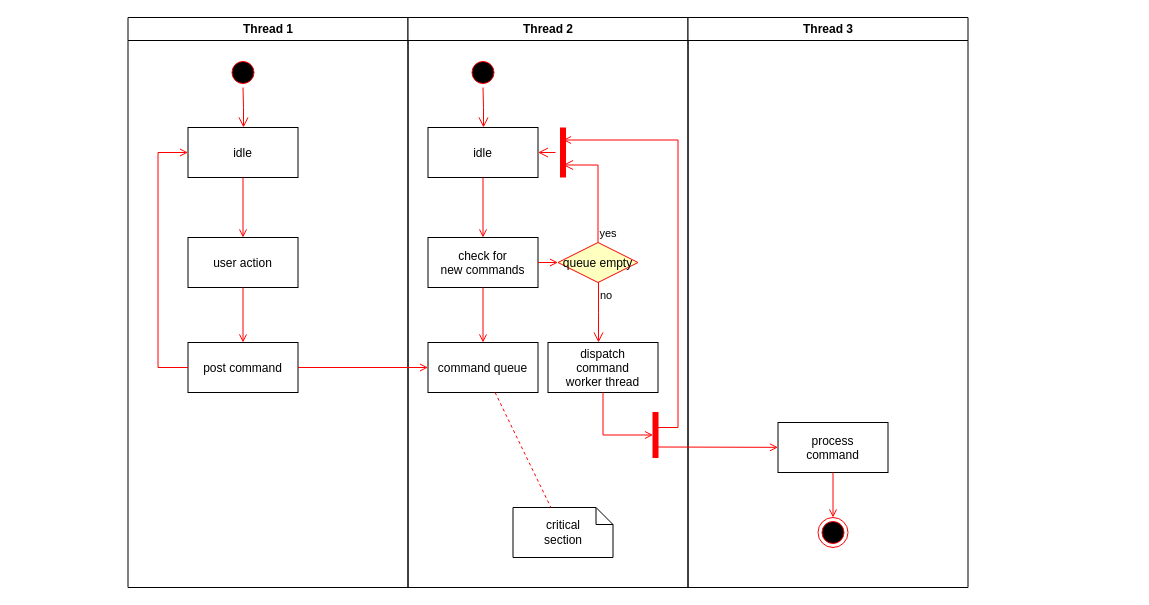
mmister411/afrl keeps this draw.io diagram as drawio/data_analysis_schema.drawio. Above is the earlier version. Source tidied: cells renumbered, new cells numbered last; positions are measured from the earlier drawing's top-left corner, leaving out a move shared by most shapes. Both pictures are drawn from the tidied source at 100%, with x=0, y=0 at pixel (127, 17).
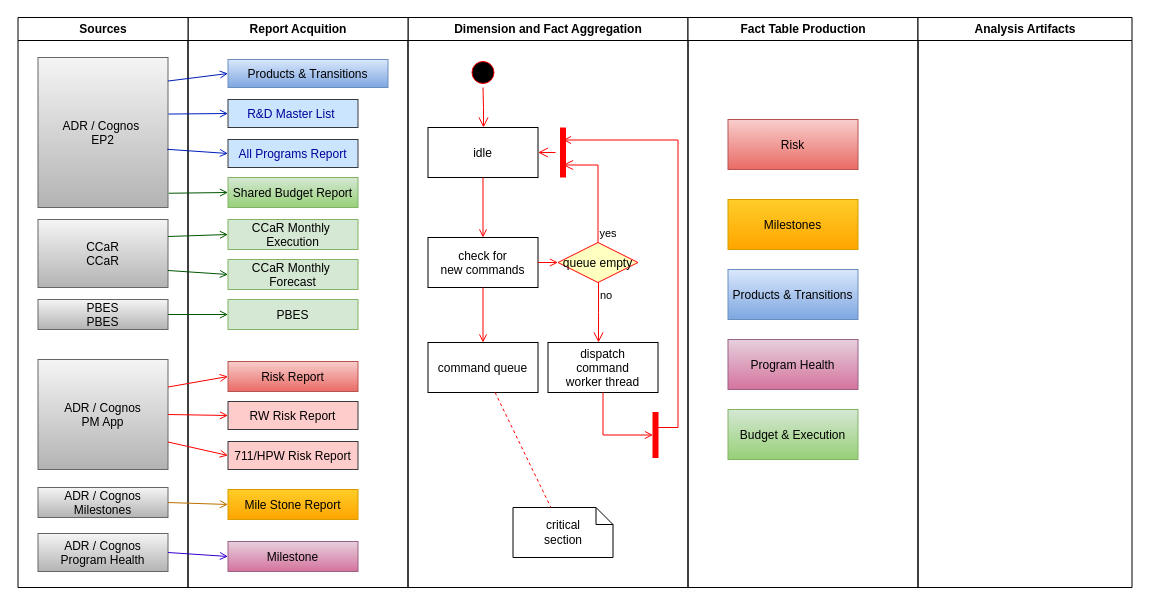
The same page after the edit.

Unchanged cells that the change refers to:
```xml
<mxCell id="17" value="command queue" parent="11" vertex="1">
  <mxGeometry x="20" y="325" width="110" height="50" as="geometry" />
</mxCell>
```

Diff of the diagram source:
```diff
@@
-    <mxCell id="2" value="Thread 1" style="swimlane;whiteSpace=wrap;" parent="1" vertex="1">
-      <mxGeometry x="0.5" width="280" height="570" as="geometry" />
-    </mxCell>
-    <mxCell id="3" style="ellipse;shape=startState;fillColor=#000000;strokeColor=#ff0000;" parent="2" vertex="1">
-      <mxGeometry x="100" y="40" width="30" height="30" as="geometry" />
-    </mxCell>
-    <mxCell id="4" style="edgeStyle=elbowEdgeStyle;elbow=horizontal;verticalAlign=bottom;endArrow=open;endSize=8;strokeColor=#FF0000;endFill=1;rounded=0;" parent="2" edge="1" source="3" target="5">
-      <mxGeometry x="100" y="40" as="geometry" />
-    </mxCell>
-    <mxCell id="5" value="idle" parent="2" vertex="1">
-      <mxGeometry x="60" y="110" width="110" height="50" as="geometry" />
-    </mxCell>
-    <mxCell id="6" value="user action" parent="2" vertex="1">
-      <mxGeometry x="60" y="220" width="110" height="50" as="geometry" />
-    </mxCell>
-    <mxCell id="7" style="endArrow=open;strokeColor=#FF0000;endFill=1;rounded=0;" parent="2" edge="1" source="5" target="6">
-      <mxGeometry relative="1" as="geometry" />
-    </mxCell>
-    <mxCell id="8" value="post command" parent="2" vertex="1">
-      <mxGeometry x="60" y="325" width="110" height="50" as="geometry" />
-    </mxCell>
-    <mxCell id="9" style="endArrow=open;strokeColor=#FF0000;endFill=1;rounded=0;" parent="2" edge="1" source="6" target="8">
-      <mxGeometry relative="1" as="geometry" />
-    </mxCell>
-    <mxCell id="10" style="edgeStyle=elbowEdgeStyle;elbow=horizontal;strokeColor=#FF0000;endArrow=open;endFill=1;rounded=0;" parent="2" edge="1" source="8" target="5">
-      <mxGeometry relative="1" as="geometry">
-        <Array as="points">
-          <mxPoint x="30" y="250" />
-        </Array>
-      </mxGeometry>
-    </mxCell>
-    <mxCell id="11" value="Thread 2" style="swimlane;whiteSpace=wrap;" parent="1" vertex="1">
+    <mxCell id="11" value="Dimension and Fact Aggregation" style="swimlane;whiteSpace=wrap;" parent="1" vertex="1">
       <mxGeometry x="280.5" width="280" height="570" as="geometry" />
     </mxCell>
@@
+    <mxCell id="2" value="Report Acquition" style="swimlane;whiteSpace=wrap;" parent="11" vertex="1">
+      <mxGeometry x="-220" width="220" height="570" as="geometry" />
+    </mxCell>
+    <mxCell id="37" value="Products &amp; Transitions" style="fillColor=#dae8fc;gradientColor=#7ea6e0;strokeColor=#6c8ebf;" parent="2" vertex="1">
+      <mxGeometry x="40" y="42" width="160" height="28" as="geometry" />
+    </mxCell>
+    <mxCell id="38" value="R&amp;D Master List " style="fillColor=#cce5ff;strokeColor=#36393d;fontColor=#000099;" parent="2" vertex="1">
+      <mxGeometry x="40" y="82" width="130" height="28" as="geometry" />
+    </mxCell>
+    <mxCell id="39" value="All Programs Report" style="fillColor=#cce5ff;strokeColor=#36393d;fontColor=#000099;" parent="2" vertex="1">
+      <mxGeometry x="40" y="122" width="130" height="28" as="geometry" />
+    </mxCell>
+    <mxCell id="40" value="CCaR Monthly &#10;Forecast" style="fillColor=#d5e8d4;strokeColor=#82b366;" parent="2" vertex="1">
+      <mxGeometry x="40" y="242" width="130" height="30" as="geometry" />
+    </mxCell>
+    <mxCell id="41" value="PBES" style="fillColor=#d5e8d4;strokeColor=#82b366;" parent="2" vertex="1">
+      <mxGeometry x="40" y="282" width="130" height="30" as="geometry" />
+    </mxCell>
+    <mxCell id="42" value="Shared Budget Report" style="fillColor=#d5e8d4;gradientColor=#97d077;strokeColor=#82b366;" parent="2" vertex="1">
+      <mxGeometry x="40" y="160" width="130" height="30" as="geometry" />
+    </mxCell>
-    <mxCell id="30" value="Thread 3" style="swimlane;whiteSpace=wrap;" parent="1" vertex="1">
-      <mxGeometry x="560.5" width="280" height="570" as="geometry" />
+    <mxCell id="30" value="Fact Table Production" style="swimlane;whiteSpace=wrap;" parent="1" vertex="1">
+      <mxGeometry x="560.5" width="230" height="570" as="geometry" />
     </mxCell>
-    <mxCell id="31" value="process&#10;command" parent="30" vertex="1">
-      <mxGeometry x="90" y="405" width="110" height="50" as="geometry" />
-    </mxCell>
@@
-    <mxCell id="33" style="edgeStyle=none;strokeColor=#FF0000;endArrow=open;endFill=1;rounded=0;" parent="30" edge="1" target="31">
-      <mxGeometry relative="1" as="geometry">
-        <mxPoint x="-30" y="429.5" as="sourcePoint" />
-      </mxGeometry>
-    </mxCell>
-    <mxCell id="34" style="ellipse;shape=endState;fillColor=#000000;strokeColor=#ff0000;" parent="30" vertex="1">
-      <mxGeometry x="130" y="500" width="30" height="30" as="geometry" />
-    </mxCell>
-    <mxCell id="35" style="endArrow=open;strokeColor=#FF0000;endFill=1;rounded=0;" parent="30" edge="1" source="31" target="34">
-      <mxGeometry relative="1" as="geometry" />
-    </mxCell>
+    <mxCell id="43" value="Risk" style="fillColor=#f8cecc;gradientColor=#ea6b66;strokeColor=#b85450;" parent="30" vertex="1">
+      <mxGeometry x="40" y="102" width="130" height="50" as="geometry" />
+    </mxCell>
+    <mxCell id="44" value="Milestones" style="fillColor=#ffcd28;gradientColor=#ffa500;strokeColor=#d79b00;" parent="30" vertex="1">
+      <mxGeometry x="40" y="182" width="130" height="50" as="geometry" />
+    </mxCell>
+    <mxCell id="45" value="Products &amp; Transitions" style="fillColor=#dae8fc;gradientColor=#7ea6e0;strokeColor=#6c8ebf;" parent="30" vertex="1">
+      <mxGeometry x="40" y="252" width="130" height="50" as="geometry" />
+    </mxCell>
+    <mxCell id="46" value="Program Health" style="fillColor=#e6d0de;gradientColor=#d5739d;strokeColor=#996185;" parent="30" vertex="1">
+      <mxGeometry x="40" y="322" width="130" height="50" as="geometry" />
+    </mxCell>
+    <mxCell id="47" value="Budget &amp; Execution" style="fillColor=#d5e8d4;gradientColor=#97d077;strokeColor=#82b366;" parent="30" vertex="1">
+      <mxGeometry x="40" y="392" width="130" height="50" as="geometry" />
+    </mxCell>
+    <mxCell id="48" value="Analysis Artifacts" style="swimlane;whiteSpace=wrap;" parent="1" vertex="1">
+      <mxGeometry x="790.5" width="214" height="570" as="geometry" />
+    </mxCell>
+    <mxCell id="49" value="Sources" style="swimlane;whiteSpace=wrap;" parent="1" vertex="1">
+      <mxGeometry x="-109.5" width="170" height="570" as="geometry" />
+    </mxCell>
+    <mxCell id="50" value="ADR / Cognos &#10;EP2" style="fillColor=#f5f5f5;strokeColor=#666666;gradientColor=#b3b3b3;" parent="49" vertex="1">
+      <mxGeometry x="20" y="40" width="130" height="150" as="geometry" />
+    </mxCell>
+    <mxCell id="51" value="ADR / Cognos&#10;Program Health" style="fillColor=#f5f5f5;gradientColor=#b3b3b3;strokeColor=#666666;" parent="49" vertex="1">
+      <mxGeometry x="20" y="516" width="130" height="38" as="geometry" />
+    </mxCell>
+    <mxCell id="52" value="ADR / Cognos&#10;Milestones" style="fillColor=#f5f5f5;strokeColor=#666666;gradientColor=#b3b3b3;" parent="49" vertex="1">
+      <mxGeometry x="20" y="470" width="130" height="30" as="geometry" />
+    </mxCell>
+    <mxCell id="53" value="Milestone" style="fillColor=#e6d0de;gradientColor=#d5739d;strokeColor=#996185;" parent="49" vertex="1">
+      <mxGeometry x="210" y="524" width="130" height="30" as="geometry" />
+    </mxCell>
+    <mxCell id="54" value="ADR / Cognos&#10;PM App" style="fillColor=#f5f5f5;strokeColor=#666666;gradientColor=#b3b3b3;" parent="49" vertex="1">
+      <mxGeometry x="20" y="342" width="130" height="110" as="geometry" />
+    </mxCell>
+    <mxCell id="55" value="Risk Report" style="fillColor=#f8cecc;gradientColor=#ea6b66;strokeColor=#b85450;" parent="49" vertex="1">
+      <mxGeometry x="210" y="344" width="130" height="30" as="geometry" />
+    </mxCell>
+    <mxCell id="56" style="endArrow=open;strokeColor=#FF0000;endFill=1;rounded=0;exitX=1;exitY=0.25;exitDx=0;exitDy=0;entryX=0;entryY=0.5;entryDx=0;entryDy=0;" parent="49" edge="1" source="54" target="55">
+      <mxGeometry relative="1" as="geometry" />
+    </mxCell>
+    <mxCell id="57" value="RW Risk Report" style="fillColor=#ffcccc;strokeColor=#36393d;" parent="49" vertex="1">
+      <mxGeometry x="210" y="384" width="130" height="28" as="geometry" />
+    </mxCell>
+    <mxCell id="58" value="711/HPW Risk Report" style="fillColor=#ffcccc;strokeColor=#36393d;" parent="49" vertex="1">
+      <mxGeometry x="210" y="424" width="130" height="28" as="geometry" />
+    </mxCell>
+    <mxCell id="59" style="endArrow=open;strokeColor=#FF0000;endFill=1;rounded=0;exitX=1;exitY=0.5;exitDx=0;exitDy=0;entryX=0;entryY=0.5;entryDx=0;entryDy=0;" parent="49" edge="1" source="54" target="57">
+      <mxGeometry relative="1" as="geometry" />
+    </mxCell>
+    <mxCell id="60" style="endArrow=open;strokeColor=#FF0000;endFill=1;rounded=0;exitX=1;exitY=0.75;exitDx=0;exitDy=0;entryX=0;entryY=0.5;entryDx=0;entryDy=0;" parent="49" edge="1" source="54" target="58">
+      <mxGeometry relative="1" as="geometry" />
+    </mxCell>
+    <mxCell id="61" value="CCaR&#10;CCaR" style="fillColor=#f5f5f5;gradientColor=#b3b3b3;strokeColor=#666666;" parent="49" vertex="1">
+      <mxGeometry x="20" y="202" width="130" height="68" as="geometry" />
+    </mxCell>
+    <mxCell id="62" value="PBES&#10;PBES" style="fillColor=#f5f5f5;gradientColor=#b3b3b3;strokeColor=#666666;" parent="49" vertex="1">
+      <mxGeometry x="20" y="282" width="130" height="30" as="geometry" />
+    </mxCell>
+    <mxCell id="63" value="CCaR Monthly &#10;Execution" style="fillColor=#d5e8d4;strokeColor=#82b366;" parent="49" vertex="1">
+      <mxGeometry x="210" y="202" width="130" height="30" as="geometry" />
+    </mxCell>
+    <mxCell id="64" style="endArrow=open;strokeColor=#005700;endFill=1;rounded=0;exitX=1;exitY=0.25;exitDx=0;exitDy=0;fillColor=#008a00;entryX=0;entryY=0.5;entryDx=0;entryDy=0;" parent="49" edge="1" source="61" target="63">
+      <mxGeometry relative="1" as="geometry" />
+    </mxCell>
+    <mxCell id="65" value="Mile Stone Report" style="fillColor=#ffcd28;gradientColor=#ffa500;strokeColor=#d79b00;" parent="49" vertex="1">
+      <mxGeometry x="210" y="472" width="130" height="30" as="geometry" />
+    </mxCell>
+    <mxCell id="66" style="endArrow=open;strokeColor=#BD7000;endFill=1;rounded=0;exitX=1;exitY=0.5;exitDx=0;exitDy=0;entryX=0;entryY=0.5;entryDx=0;entryDy=0;fillColor=#f0a30a;" parent="49" edge="1" source="52" target="65">
+      <mxGeometry relative="1" as="geometry" />
+    </mxCell>
+    <mxCell id="67" style="endArrow=open;strokeColor=#3700CC;endFill=1;rounded=0;exitX=1;exitY=0.5;exitDx=0;exitDy=0;entryX=0;entryY=0.5;entryDx=0;entryDy=0;fillColor=#6a00ff;" parent="49" edge="1" source="51" target="53">
+      <mxGeometry relative="1" as="geometry" />
+    </mxCell>
-    <mxCell id="36" style="endArrow=open;strokeColor=#FF0000;endFill=1;rounded=0;" parent="1" edge="1" source="8" target="17">
+    <mxCell id="36" style="endArrow=open;strokeColor=#001DBC;endFill=1;rounded=0;exitX=0.999;exitY=0.157;exitDx=0;exitDy=0;entryX=0;entryY=0.5;entryDx=0;entryDy=0;exitPerimeter=0;fillColor=#0050ef;" parent="1" edge="1" source="50" target="37">
       <mxGeometry relative="1" as="geometry" />
     </mxCell>
+    <mxCell id="68" style="endArrow=open;strokeColor=#001DBC;endFill=1;rounded=0;entryX=0;entryY=0.5;entryDx=0;entryDy=0;exitX=1.003;exitY=0.377;exitDx=0;exitDy=0;exitPerimeter=0;fillColor=#0050ef;" parent="1" edge="1" source="50" target="38">
+      <mxGeometry relative="1" as="geometry" />
+    </mxCell>
+    <mxCell id="69" style="endArrow=open;strokeColor=#001DBC;endFill=1;rounded=0;exitX=0.994;exitY=0.612;exitDx=0;exitDy=0;entryX=0;entryY=0.5;entryDx=0;entryDy=0;exitPerimeter=0;fillColor=#0050ef;" parent="1" edge="1" source="50" target="39">
+      <mxGeometry relative="1" as="geometry" />
+    </mxCell>
+    <mxCell id="70" style="endArrow=open;strokeColor=#005700;endFill=1;rounded=0;exitX=1;exitY=0.5;exitDx=0;exitDy=0;entryX=0;entryY=0.5;entryDx=0;entryDy=0;fillColor=#008a00;" parent="1" edge="1" source="62" target="41">
+      <mxGeometry relative="1" as="geometry" />
+    </mxCell>
+    <mxCell id="71" style="endArrow=open;strokeColor=#005700;endFill=1;rounded=0;exitX=1.005;exitY=0.905;exitDx=0;exitDy=0;entryX=0;entryY=0.5;entryDx=0;entryDy=0;exitPerimeter=0;fillColor=#008a00;" parent="1" edge="1" source="50" target="42">
+      <mxGeometry relative="1" as="geometry" />
+    </mxCell>
+    <mxCell id="72" style="endArrow=open;strokeColor=#005700;endFill=1;rounded=0;exitX=1;exitY=0.75;exitDx=0;exitDy=0;fillColor=#008a00;entryX=0;entryY=0.5;entryDx=0;entryDy=0;" parent="1" edge="1" source="61" target="40">
+      <mxGeometry relative="1" as="geometry" />
+    </mxCell>
```
